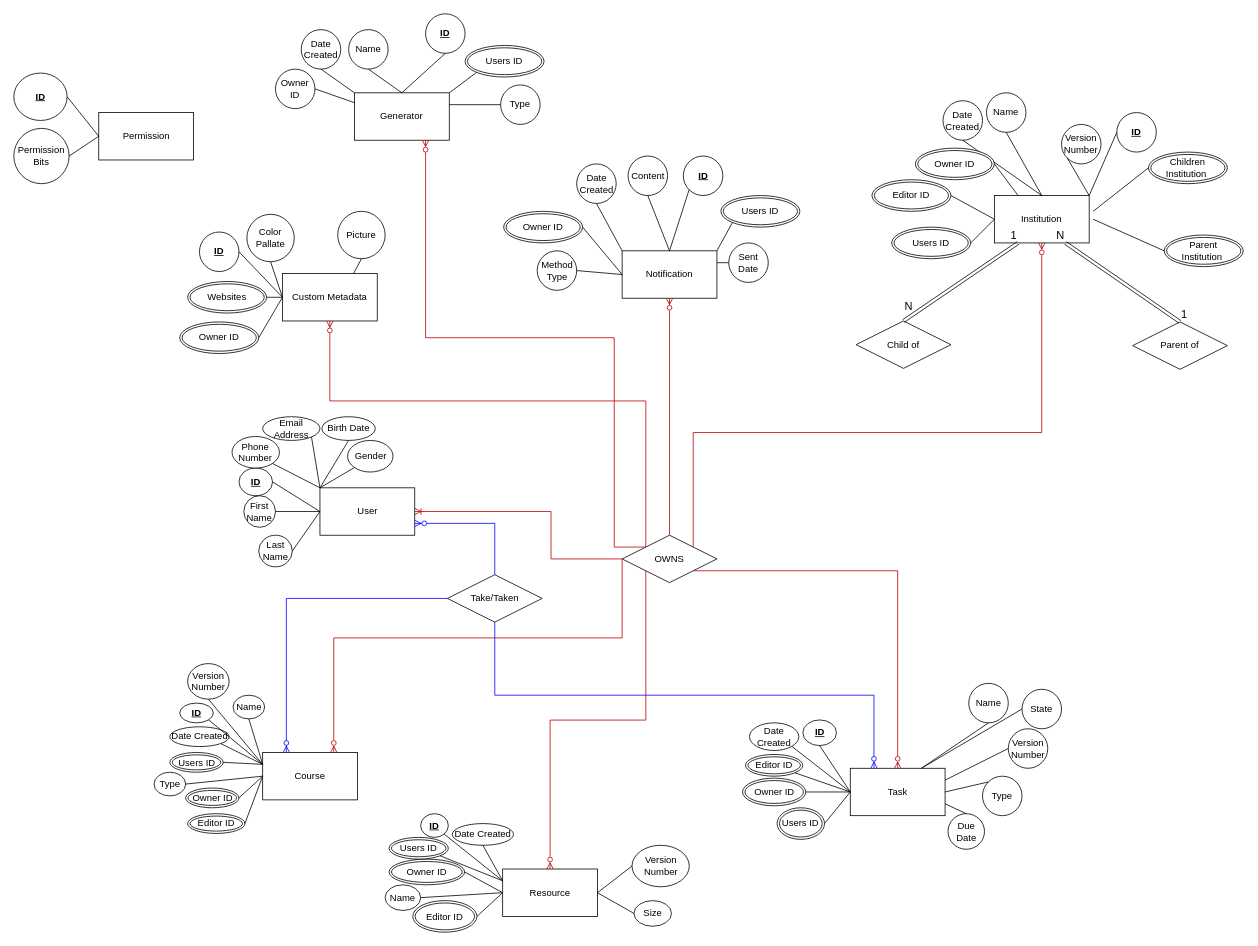
Apollo-LW/Apollo-LW keeps this draw.io diagram as diagrams/db/DatabaseER.drawio. Above is the earlier version. Source tidied: cells renumbered, new cells numbered last; positions are measured from the earlier drawing's top-left corner, leaving out a move shared by most shapes. Both pictures are drawn from the tidied source at 79%, with x=0, y=0 at pixel (13, 13).
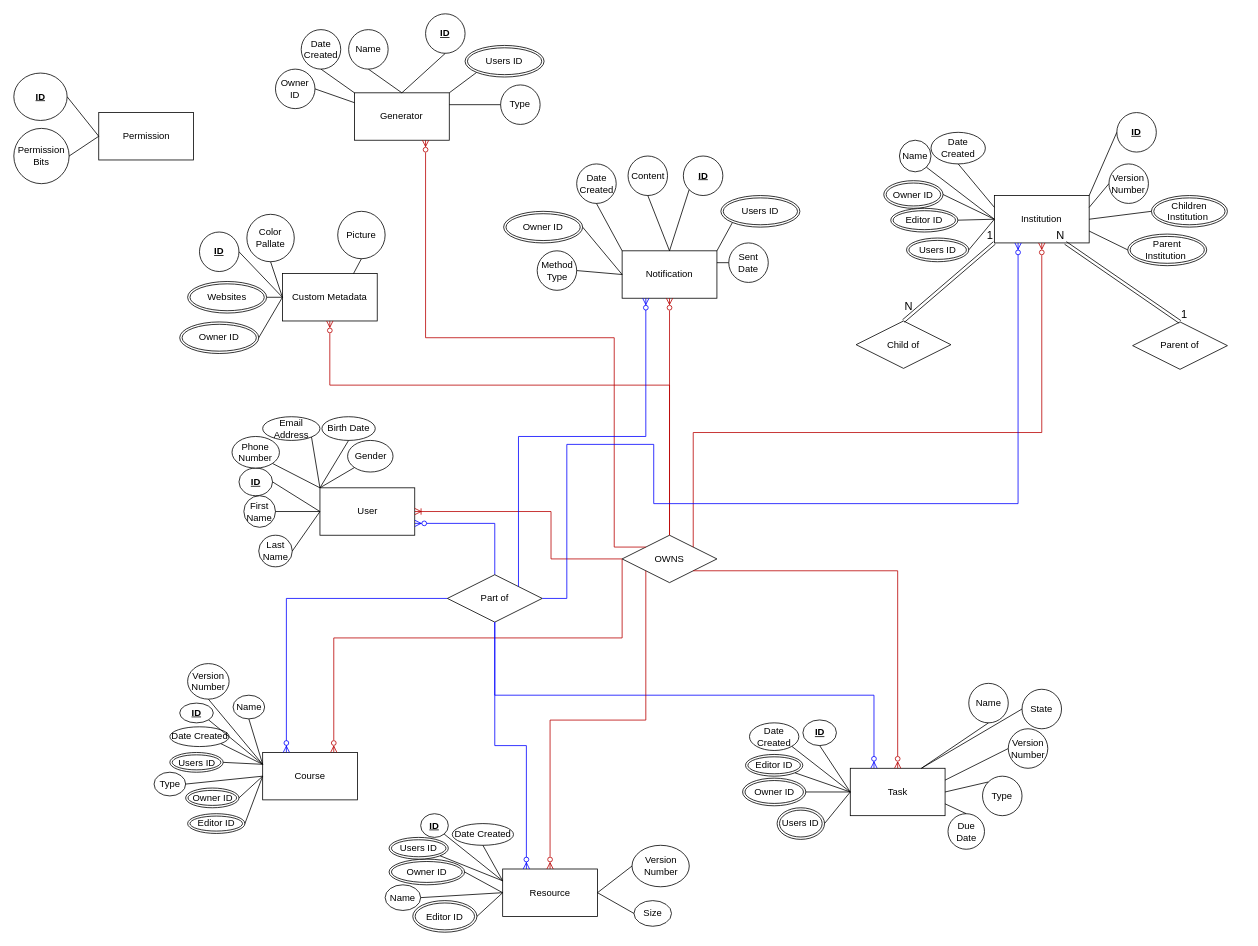
After the change.

Commit message:
Add Part of relationship between user and entities

Unchanged cells that the change refers to:
```xml
<mxCell id="22" value="Notification" style="rounded=0;whiteSpace=wrap;html=1;" parent="1" vertex="1">
  <mxGeometry x="770" y="300" width="120" height="60" as="geometry" />
</mxCell>
<mxCell id="55" value="OWNS" style="shape=rhombus;perimeter=rhombusPerimeter;whiteSpace=wrap;html=1;align=center;" parent="1" vertex="1">
  <mxGeometry x="770" y="660" width="120" height="60" as="geometry" />
</mxCell>
<mxCell id="83" value="Institution" style="rounded=0;whiteSpace=wrap;html=1;" parent="1" vertex="1">
  <mxGeometry x="1241.2" y="230" width="120" height="60" as="geometry" />
</mxCell>
<mxCell id="103" value="Resource" style="rounded=0;whiteSpace=wrap;html=1;" parent="1" vertex="1">
  <mxGeometry x="618.8" y="1082.5" width="120" height="60" as="geometry" />
</mxCell>
<mxCell id="122" value="Custom Metadata" style="rounded=0;whiteSpace=wrap;html=1;" parent="1" vertex="1">
  <mxGeometry x="340" y="328.8" width="120" height="60" as="geometry" />
</mxCell>
<mxCell id="148" value="Child of" style="shape=rhombus;perimeter=rhombusPerimeter;whiteSpace=wrap;html=1;align=center;" parent="1" vertex="1">
  <mxGeometry x="1066.2" y="388.8" width="120" height="60" as="geometry" />
</mxCell>
```

The edit, as a diff of the source:
```diff
@@
-    <mxCell id="58" value="Take/Taken" style="shape=rhombus;perimeter=rhombusPerimeter;whiteSpace=wrap;html=1;align=center;" parent="1" vertex="1">
+    <mxCell id="58" value="Part of" style="shape=rhombus;perimeter=rhombusPerimeter;whiteSpace=wrap;html=1;align=center;" parent="1" vertex="1">
       <mxGeometry x="548.8" y="710" width="120" height="60" as="geometry" />
     </mxCell>
@@
     <mxCell id="84" value="Name" style="ellipse;whiteSpace=wrap;html=1;" parent="1" vertex="1">
-      <mxGeometry x="1231.2" y="100" width="50" height="50" as="geometry" />
+      <mxGeometry x="1121" y="160" width="40" height="40" as="geometry" />
     </mxCell>
     <mxCell id="85" value="Date Created" style="ellipse;whiteSpace=wrap;html=1;" parent="1" vertex="1">
-      <mxGeometry x="1176.2" y="110" width="50" height="50" as="geometry" />
+      <mxGeometry x="1161" y="150" width="68.8" height="40" as="geometry" />
     </mxCell>
@@
     <mxCell id="87" value="Version Number" style="ellipse;whiteSpace=wrap;html=1;" parent="1" vertex="1">
-      <mxGeometry x="1326.2" y="140" width="50" height="50" as="geometry" />
+      <mxGeometry x="1386.2" y="190" width="50" height="50" as="geometry" />
     </mxCell>
-    <mxCell id="88" style="endArrow=none;html=1;rounded=0;exitX=0.5;exitY=1;exitDx=0;exitDy=0;entryX=0.5;entryY=0;entryDx=0;entryDy=0;" parent="1" edge="1" source="85" target="83">
+    <mxCell id="88" style="endArrow=none;html=1;rounded=0;exitX=0.5;exitY=1;exitDx=0;exitDy=0;entryX=0;entryY=0.25;entryDx=0;entryDy=0;" parent="1" edge="1" source="85" target="83">
       <mxGeometry relative="1" as="geometry" />
     </mxCell>
-    <mxCell id="89" style="endArrow=none;html=1;rounded=0;exitX=0.5;exitY=1;exitDx=0;exitDy=0;entryX=0.5;entryY=0;entryDx=0;entryDy=0;" parent="1" edge="1" source="84" target="83">
+    <mxCell id="89" style="endArrow=none;html=1;rounded=0;exitX=1;exitY=1;exitDx=0;exitDy=0;entryX=0;entryY=0.5;entryDx=0;entryDy=0;" parent="1" edge="1" source="84" target="83">
       <mxGeometry relative="1" as="geometry" />
     </mxCell>
@@
-    <mxCell id="91" style="endArrow=none;html=1;rounded=0;exitX=0;exitY=1;exitDx=0;exitDy=0;entryX=1;entryY=0;entryDx=0;entryDy=0;" parent="1" edge="1" source="87" target="83">
+    <mxCell id="91" style="endArrow=none;html=1;rounded=0;exitX=0;exitY=0.5;exitDx=0;exitDy=0;entryX=1;entryY=0.25;entryDx=0;entryDy=0;" parent="1" edge="1" source="87" target="83">
       <mxGeometry relative="1" as="geometry" />
     </mxCell>
     <mxCell id="92" value="Owner ID" style="ellipse;shape=doubleEllipse;margin=3;whiteSpace=wrap;html=1;align=center;" parent="1" vertex="1">
-      <mxGeometry x="1141.2" y="170" width="100" height="40" as="geometry" />
+      <mxGeometry x="1101.2" y="211.2" width="75" height="35" as="geometry" />
     </mxCell>
-    <mxCell id="93" style="endArrow=none;html=1;rounded=0;exitX=1;exitY=0.5;exitDx=0;exitDy=0;entryX=0.25;entryY=0;entryDx=0;entryDy=0;" parent="1" edge="1" source="92" target="83">
+    <mxCell id="93" style="endArrow=none;html=1;rounded=0;exitX=1;exitY=0.5;exitDx=0;exitDy=0;entryX=0;entryY=0.5;entryDx=0;entryDy=0;" parent="1" edge="1" source="92" target="83">
       <mxGeometry relative="1" as="geometry" />
     </mxCell>
     <mxCell id="94" value="Editor ID" style="ellipse;shape=doubleEllipse;margin=3;whiteSpace=wrap;html=1;align=center;" parent="1" vertex="1">
-      <mxGeometry x="1086.2" y="210" width="100" height="40" as="geometry" />
+      <mxGeometry x="1110" y="246.2" width="85" height="30" as="geometry" />
     </mxCell>
@@
     <mxCell id="96" value="Users ID" style="ellipse;shape=doubleEllipse;margin=3;whiteSpace=wrap;html=1;align=center;" parent="1" vertex="1">
-      <mxGeometry x="1111.2" y="270" width="100" height="40" as="geometry" />
+      <mxGeometry x="1130" y="283.8" width="78.8" height="30" as="geometry" />
     </mxCell>
@@
     <mxCell id="98" value="Parent Institution&amp;nbsp;" style="ellipse;shape=doubleEllipse;margin=3;whiteSpace=wrap;html=1;align=center;" parent="1" vertex="1">
-      <mxGeometry x="1456.2" y="280" width="100" height="40" as="geometry" />
+      <mxGeometry x="1410" y="278.8" width="100" height="40" as="geometry" />
     </mxCell>
-    <mxCell id="99" style="endArrow=none;html=1;rounded=0;exitX=0;exitY=0.5;exitDx=0;exitDy=0;" parent="1" edge="1" source="98">
-      <mxGeometry relative="1" as="geometry">
-        <mxPoint x="1366.2" y="260" as="targetPoint" />
-      </mxGeometry>
+    <mxCell id="99" style="endArrow=none;html=1;rounded=0;exitX=0;exitY=0.5;exitDx=0;exitDy=0;entryX=1;entryY=0.75;entryDx=0;entryDy=0;" parent="1" edge="1" source="98" target="83">
+      <mxGeometry relative="1" as="geometry" />
     </mxCell>
     <mxCell id="100" value="Children Institution&amp;nbsp;" style="ellipse;shape=doubleEllipse;margin=3;whiteSpace=wrap;html=1;align=center;" parent="1" vertex="1">
-      <mxGeometry x="1436.2" y="175" width="100" height="40" as="geometry" />
+      <mxGeometry x="1440" y="230" width="96.2" height="40" as="geometry" />
     </mxCell>
-    <mxCell id="101" style="endArrow=none;html=1;rounded=0;exitX=0;exitY=0.5;exitDx=0;exitDy=0;" parent="1" edge="1" source="100">
-      <mxGeometry relative="1" as="geometry">
-        <mxPoint x="1366.2" y="250" as="targetPoint" />
-      </mxGeometry>
+    <mxCell id="101" style="endArrow=none;html=1;rounded=0;exitX=0;exitY=0.5;exitDx=0;exitDy=0;entryX=1;entryY=0.5;entryDx=0;entryDy=0;" parent="1" edge="1" source="100" target="83">
+      <mxGeometry relative="1" as="geometry" />
     </mxCell>
@@
-    <mxCell id="133" style="edgeStyle=elbowEdgeStyle;fontSize=12;html=1;endArrow=ERzeroToMany;startArrow=none;rounded=0;startFill=0;endFill=0;exitX=0;exitY=0;exitDx=0;exitDy=0;entryX=0.5;entryY=1;entryDx=0;entryDy=0;strokeColor=#BA0000;elbow=vertical;" parent="1" edge="1" source="55" target="122">
+    <mxCell id="133" style="edgeStyle=elbowEdgeStyle;fontSize=12;html=1;endArrow=ERzeroToMany;startArrow=none;rounded=0;startFill=0;endFill=0;exitX=0.5;exitY=0;exitDx=0;exitDy=0;entryX=0.5;entryY=1;entryDx=0;entryDy=0;strokeColor=#BA0000;elbow=vertical;" parent="1" edge="1" source="55" target="122">
       <mxGeometry relative="1" as="geometry">
         <Array as="points">
-          <mxPoint x="600" y="490" />
+          <mxPoint x="600" y="470" />
         </Array>
       </mxGeometry>
     </mxCell>
@@
-    <mxCell id="150" style="shape=link;html=1;rounded=0;exitX=0.5;exitY=0;exitDx=0;exitDy=0;entryX=0.25;entryY=1;entryDx=0;entryDy=0;" parent="1" edge="1" source="148" target="83">
+    <mxCell id="150" style="shape=link;html=1;rounded=0;exitX=0.5;exitY=0;exitDx=0;exitDy=0;entryX=0;entryY=1;entryDx=0;entryDy=0;" parent="1" edge="1" source="148" target="83">
       <mxGeometry relative="1" as="geometry" />
     </mxCell>
@@
+    <mxCell id="156" style="edgeStyle=orthogonalEdgeStyle;fontSize=12;html=1;endArrow=none;endFill=0;startArrow=ERzeroToMany;rounded=0;entryX=1;entryY=0;entryDx=0;entryDy=0;exitX=0.25;exitY=1;exitDx=0;exitDy=0;strokeColor=#0000FF;" parent="1" edge="1" source="22" target="58">
+      <mxGeometry relative="1" as="geometry">
+        <Array as="points">
+          <mxPoint x="800" y="535" />
+          <mxPoint x="639" y="535" />
+        </Array>
+      </mxGeometry>
+    </mxCell>
+    <mxCell id="157" style="edgeStyle=orthogonalEdgeStyle;fontSize=12;html=1;endArrow=none;endFill=0;startArrow=ERzeroToMany;rounded=0;entryX=1;entryY=0.5;entryDx=0;entryDy=0;exitX=0.25;exitY=1;exitDx=0;exitDy=0;strokeColor=#0000FF;" parent="1" edge="1" source="83" target="58">
+      <mxGeometry relative="1" as="geometry">
+        <Array as="points">
+          <mxPoint x="1271" y="620" />
+          <mxPoint x="810" y="620" />
+          <mxPoint x="810" y="545" />
+          <mxPoint x="700" y="545" />
+          <mxPoint x="700" y="740" />
+        </Array>
+      </mxGeometry>
+    </mxCell>
+    <mxCell id="158" style="edgeStyle=orthogonalEdgeStyle;fontSize=12;html=1;endArrow=none;endFill=0;startArrow=ERzeroToMany;rounded=0;entryX=0.5;entryY=1;entryDx=0;entryDy=0;exitX=0.25;exitY=0;exitDx=0;exitDy=0;strokeColor=#0000FF;" parent="1" edge="1" source="103" target="58">
+      <mxGeometry relative="1" as="geometry" />
+    </mxCell>
```
